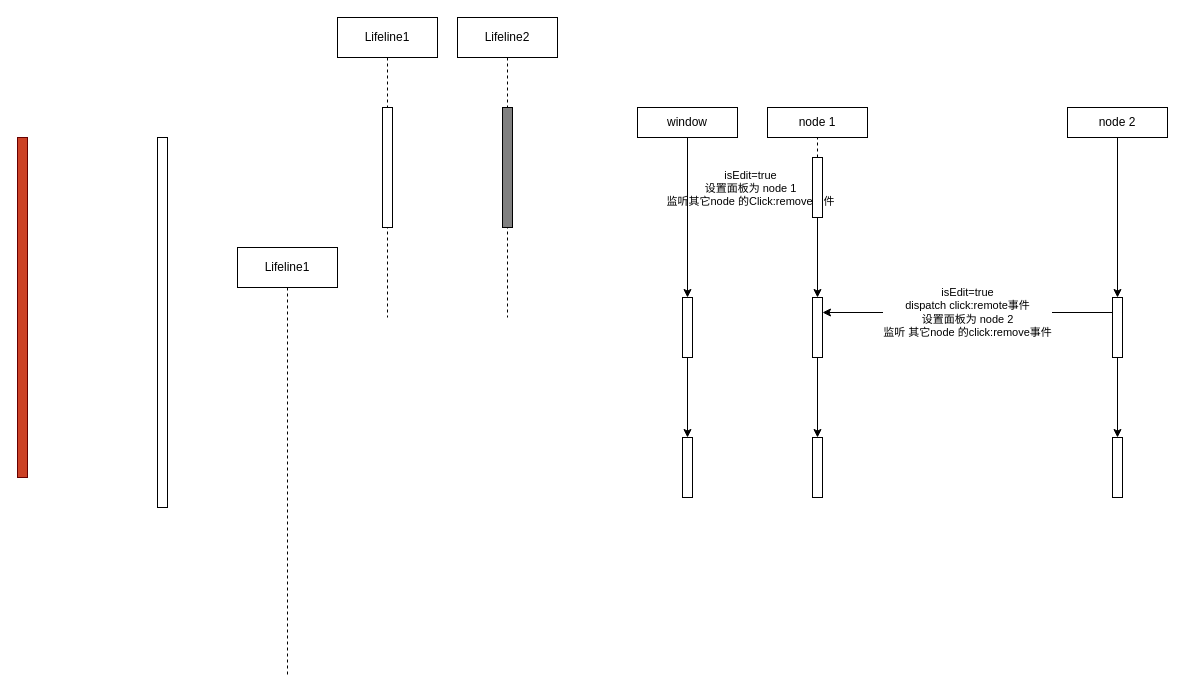
The draw.io diagram or.drawio in laogong5i0/app.diagrams, before the edit. Source tidied: cells renumbered, new cells numbered last; positions are measured from the earlier drawing's top-left corner, leaving out a move shared by most shapes. Both pictures are drawn from the tidied source at 100%, with x=0, y=0 at pixel (17, 17).
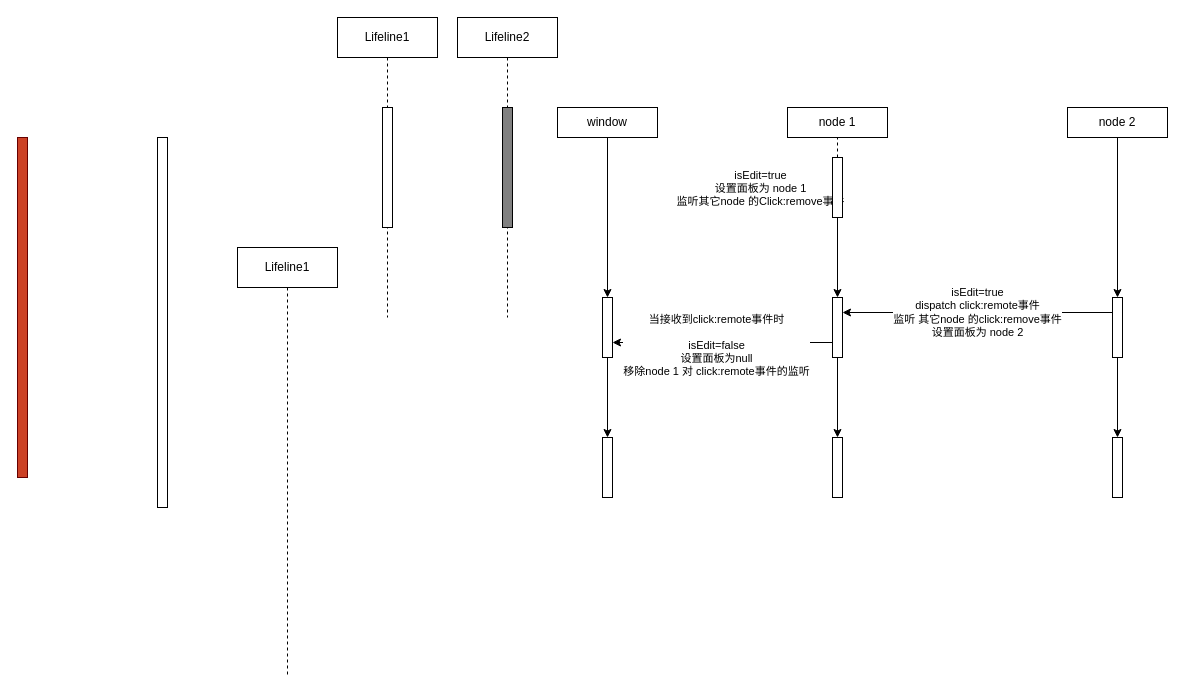
The same diagram, later.

Unchanged cells that the change refers to:
```xml
<mxCell id="27" style="rounded=0;dashed=0;" parent="1" vertex="1">
  <mxGeometry x="1095" y="280" width="10" height="60" as="geometry" />
</mxCell>
```

What changed in the source:
```diff
@@
     <mxCell id="9" value="window" style="rounded=0;dashed=0;whiteSpace=wrap;html=1;" parent="1" vertex="1">
-      <mxGeometry x="620" y="90" width="100" height="30" as="geometry" />
+      <mxGeometry x="540" y="90" width="100" height="30" as="geometry" />
     </mxCell>
@@
     <mxCell id="13" style="rounded=0;dashed=0;" parent="1" vertex="1">
-      <mxGeometry x="665" y="280" width="10" height="60" as="geometry" />
+      <mxGeometry x="585" y="280" width="10" height="60" as="geometry" />
     </mxCell>
     <mxCell id="14" style="rounded=0;dashed=0;" parent="1" vertex="1">
-      <mxGeometry x="665" y="420" width="10" height="60" as="geometry" />
+      <mxGeometry x="585" y="420" width="10" height="60" as="geometry" />
     </mxCell>
     <mxCell id="15" value="node 1" style="rounded=0;dashed=0;whiteSpace=wrap;html=1;" parent="1" vertex="1">
-      <mxGeometry x="750" y="90" width="100" height="30" as="geometry" />
+      <mxGeometry x="770" y="90" width="100" height="30" as="geometry" />
     </mxCell>
@@
     <mxCell id="17" style="rounded=0;dashed=0;" parent="1" vertex="1">
-      <mxGeometry x="795" y="140" width="10" height="60" as="geometry" />
+      <mxGeometry x="815" y="140" width="10" height="60" as="geometry" />
     </mxCell>
@@
     <mxCell id="19" style="html=1;verticalAlign=bottom;startArrow=none;endArrow=none;dashed=1;rounded=0;" parent="1" edge="1" target="17">
       <mxGeometry relative="1" as="geometry">
-        <mxPoint x="800" y="230" as="sourcePoint" />
+        <mxPoint x="820" y="230" as="sourcePoint" />
       </mxGeometry>
     </mxCell>
@@
+    <mxCell id="29" style="edgeStyle=orthogonalEdgeStyle;rounded=0;jettySize=auto;html=1;exitX=0;exitY=0.75;exitDx=0;exitDy=0;entryX=1;entryY=0.75;entryDx=0;entryDy=0;" parent="1" edge="1" source="21" target="13">
+      <mxGeometry relative="1" as="geometry" />
+    </mxCell>
+    <mxCell id="30" value="当接收到click:remote事件时&lt;br&gt;&lt;br&gt;isEdit=false&lt;br&gt;设置面板为null&lt;br&gt;移除node 1 对 click:remote事件的监听" style="edgeLabel;html=1;align=center;verticalAlign=middle;" parent="29" vertex="1">
+      <mxGeometry x="0.06" y="2" relative="1" as="geometry" />
+    </mxCell>
     <mxCell id="21" style="rounded=0;dashed=0;" parent="1" vertex="1">
-      <mxGeometry x="795" y="280" width="10" height="60" as="geometry" />
+      <mxGeometry x="815" y="280" width="10" height="60" as="geometry" />
     </mxCell>
     <mxCell id="22" style="rounded=0;dashed=0;" parent="1" vertex="1">
-      <mxGeometry x="795" y="420" width="10" height="60" as="geometry" />
+      <mxGeometry x="815" y="420" width="10" height="60" as="geometry" />
     </mxCell>
@@
-    <mxCell id="26" value="isEdit=true&lt;br&gt;dispatch click:remote事件&lt;br&gt;设置面板为 node 2&lt;br&gt;监听 其它node 的click:remove事件" style="edgeStyle=orthogonalEdgeStyle;rounded=0;jettySize=auto;html=1;exitX=0;exitY=0.25;exitDx=0;exitDy=0;entryX=1;entryY=0.25;entryDx=0;entryDy=0;" parent="1" edge="1" source="27" target="21">
+    <mxCell id="26" value="isEdit=true&lt;br&gt;dispatch click:remote事件&lt;br&gt;监听 其它node 的click:remove事件&lt;br&gt;设置面板为 node 2" style="edgeStyle=orthogonalEdgeStyle;rounded=0;jettySize=auto;html=1;exitX=0;exitY=0.25;exitDx=0;exitDy=0;entryX=1;entryY=0.25;entryDx=0;entryDy=0;" parent="1" edge="1" source="27" target="21">
       <mxGeometry relative="1" as="geometry" />
     </mxCell>
```
